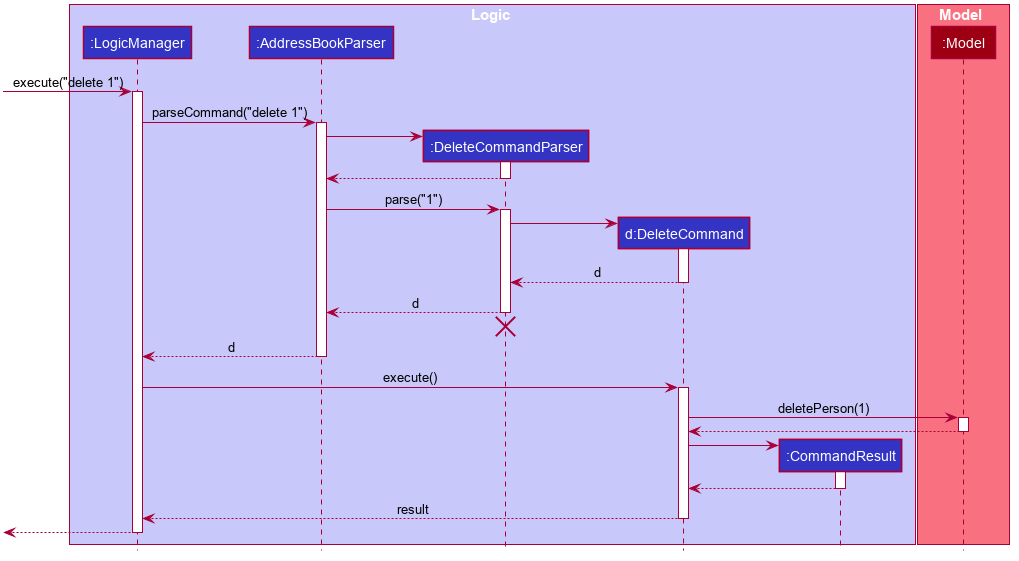
Above: docs/images/DeleteSequenceDiagram.png in nus-cs2103-AY1920S1/addressbook-level3 (PlantUML), before the change.
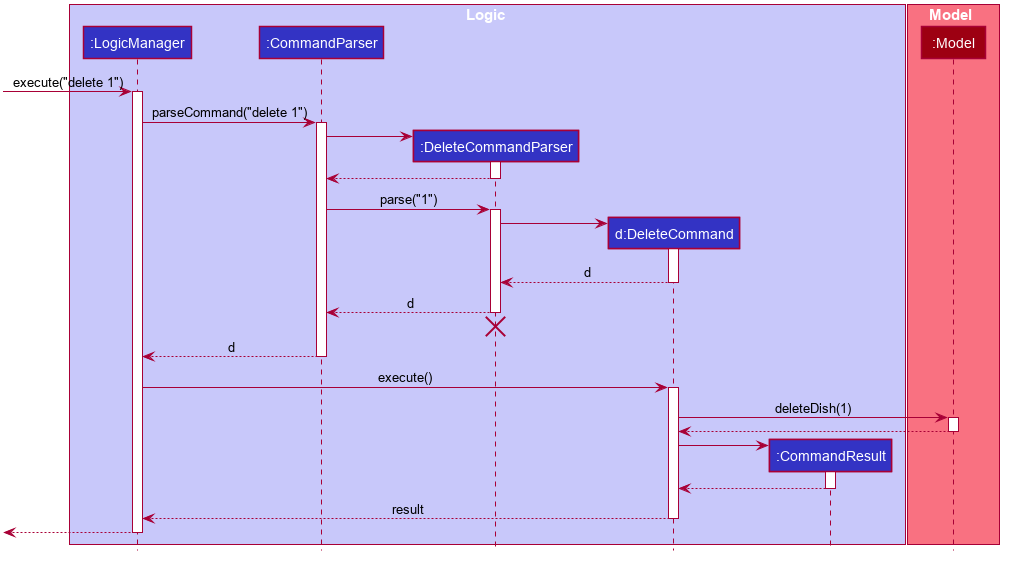
After the commit.

Change to the diagram source:
```diff
@@ -1,4 +1,8 @@
 @startuml
+
+
+
+
 
 
 
@@ -50,7 +54,7 @@
 
 box Logic #C8C8FA
 participant ":LogicManager" as LogicManager #3333C4
-participant ":AddressBookParser" as AddressBookParser #3333C4
+participant ":CommandParser" as AddressBookParser #3333C4
 participant ":DeleteCommandParser" as DeleteCommandParser #3333C4
 participant "d:DeleteCommand" as DeleteCommand #3333C4
 participant ":CommandResult" as CommandResult #3333C4
@@ -94,7 +98,7 @@
 LogicManager -> DeleteCommand : execute()
 activate DeleteCommand
 
-DeleteCommand -> Model : deletePerson(1)
+DeleteCommand -> Model : deleteDish(1)
 activate Model
 
 Model --> DeleteCommand
```
